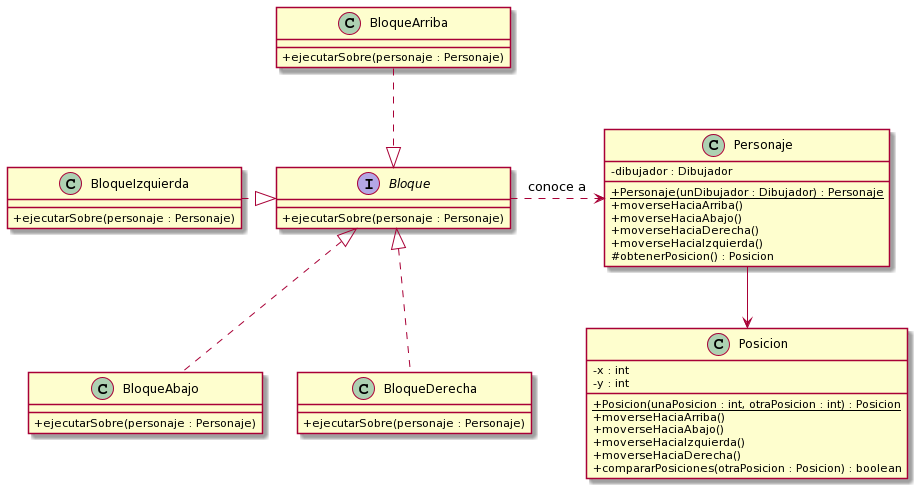
This is diagramas_de_clase/entrega1_diagramadeclases_movimiento.png from LuisAraujo96/TP2, a PlantUML export, as it was before one commit.
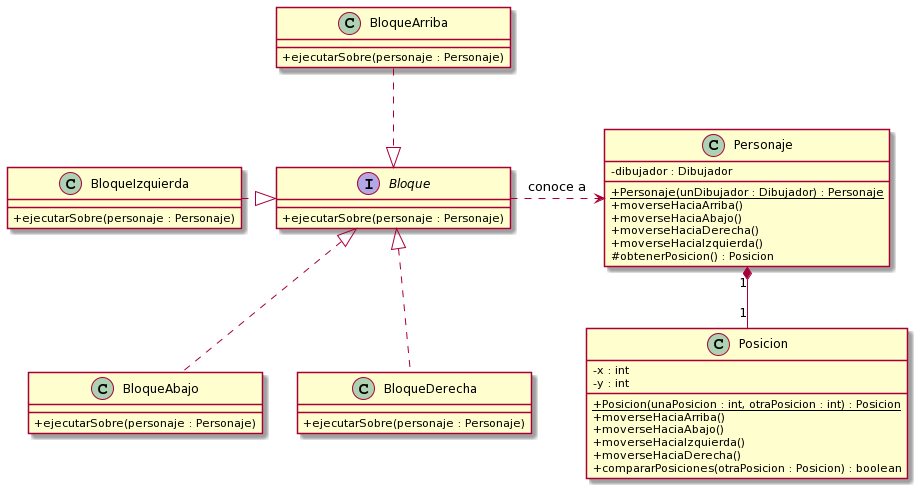
Above is the later version.

Commit message:
feat and fix: diagrama de clases de entrega 1 finalizados

Change to the diagram source:
```diff
@@ -55,5 +55,5 @@
 
 Bloque .right.> Personaje : "conoce a"
 
-Personaje -down-> Posicion
+Personaje "1" *-down- "1" Posicion
 @enduml
```
